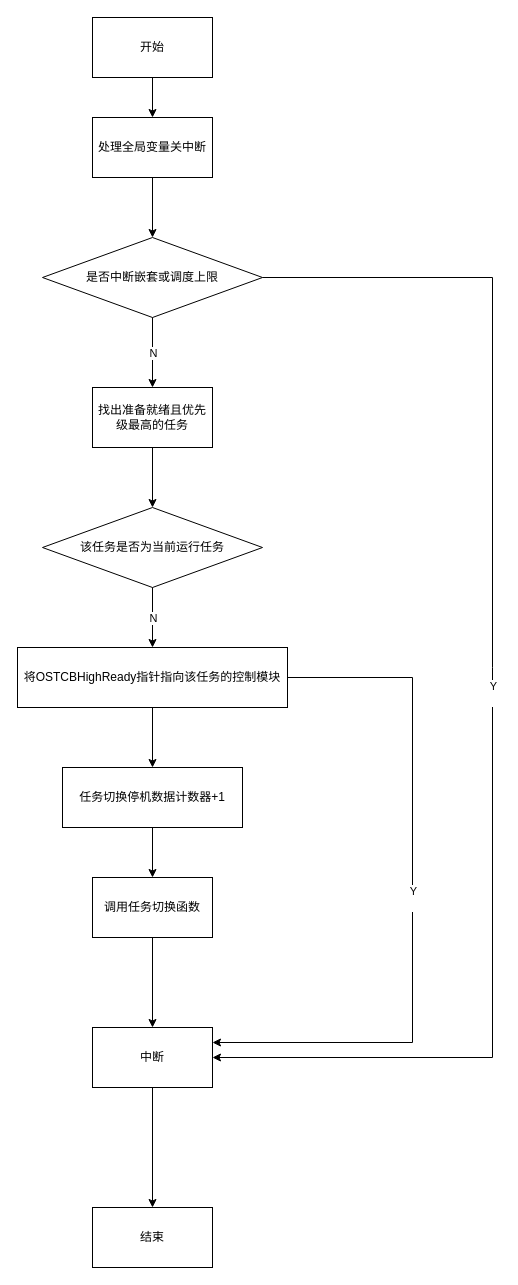
Earlier version of the draw.io diagram Jacket/未命名绘图.drawio (Luc1ferase/custom). Source tidied: cells renumbered, new cells numbered last; positions are measured from the earlier drawing's top-left corner, leaving out a move shared by most shapes. Both pictures are drawn from the tidied source at 100%, with x=0, y=0 at pixel (17, 17).
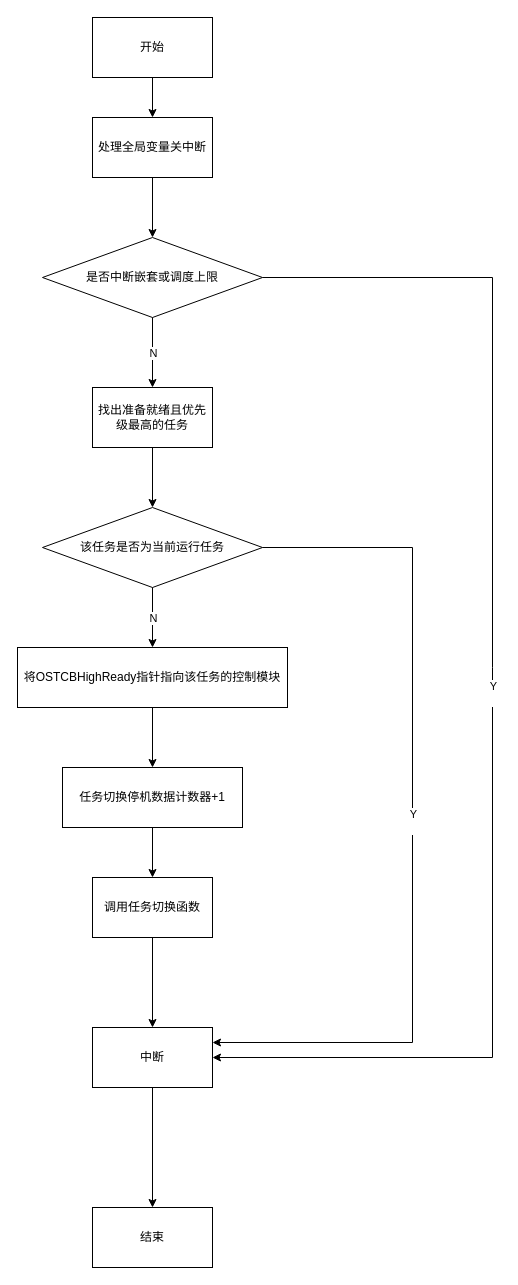
After the change.

Commit message (it also covers changes not shown here):
更新未命名绘图.drawio

The change refers to these unchanged cells:
```xml
<mxCell id="10" value="该任务是否为当前运行任务" style="rhombus;whiteSpace=wrap;html=1;" parent="1" vertex="1">
  <mxGeometry x="25" y="490" width="220" height="80" as="geometry" />
</mxCell>
<mxCell id="12" value="将OSTCBHighReady指针指向该任务的控制模块" style="rounded=0;whiteSpace=wrap;html=1;" parent="1" vertex="1">
  <mxGeometry y="630" width="270" height="60" as="geometry" />
</mxCell>
<mxCell id="17" value="中断" style="rounded=0;whiteSpace=wrap;html=1;" parent="1" vertex="1">
  <mxGeometry x="75" y="1010" width="120" height="60" as="geometry" />
</mxCell>
```

Diff of the diagram source:
```diff
@@
-    <mxCell id="25" style="endArrow=classic;html=1;rounded=0;exitX=1;exitY=0.5;exitDx=0;exitDy=0;entryX=1;entryY=0.25;entryDx=0;entryDy=0;" parent="1" edge="1" source="12" target="17">
+    <mxCell id="25" style="endArrow=classic;html=1;rounded=0;exitX=1;exitY=0.5;exitDx=0;exitDy=0;entryX=1;entryY=0.25;entryDx=0;entryDy=0;" parent="1" edge="1" source="10" target="17">
       <mxGeometry relative="1" as="geometry">
         <Array as="points">
-          <mxPoint x="395" y="660" />
+          <mxPoint x="395" y="530" />
           <mxPoint x="395" y="1025" />
         </Array>
       </mxGeometry>
     </mxCell>
```
